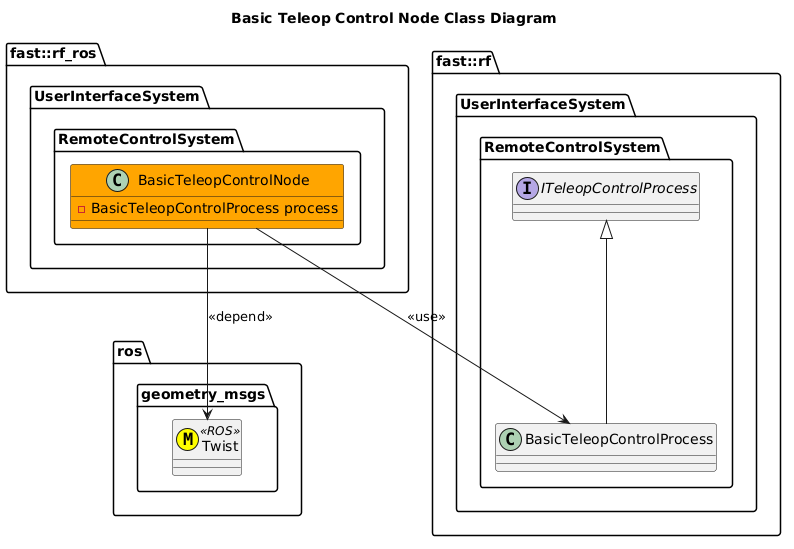
The PlantUML diagram Systems/UserInterface/Subsystems/RemoteControl/Nodes/TeleopControl/BasicTeleopControlNode/doc/puml/BasicTeleopControlNodeClassDiagram.png in fastrobotics/robot_framework_ros, before a commit.
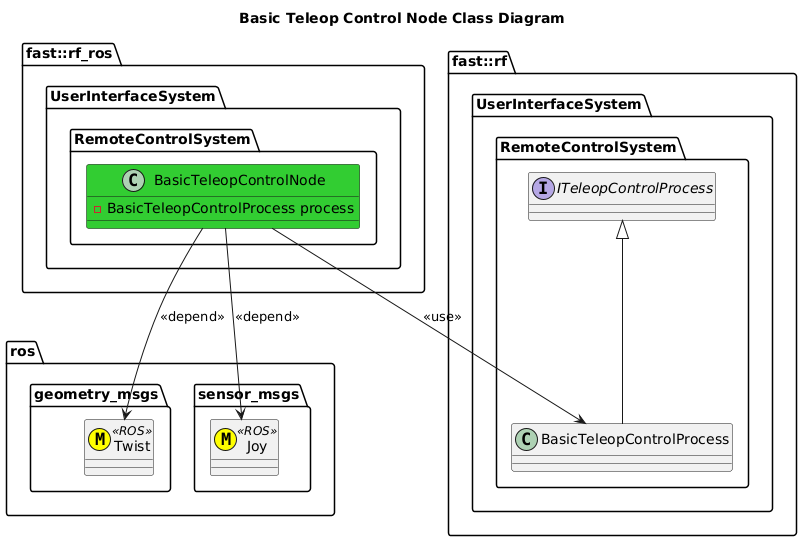
The same file after the commit.

Change to the diagram source:
```diff
@@ -3,7 +3,10 @@
 
 namespace ros {
   namespace geometry_msgs {
-      class Twist <<(M,#FFFF00)>> <<ROS>>
+    class Twist <<(M,#FFFF00)>> <<ROS>>
+  }
+  namespace sensor_msgs {
+    class Joy <<(M,#FFFF00)>> <<ROS>>
   }
 }
 namespace fast::rf {
@@ -18,11 +21,12 @@
 namespace fast::rf_ros {
    namespace UserInterfaceSystem {
         namespace RemoteControlSystem {
-            class BasicTeleopControlNode #Orange {
+            class BasicTeleopControlNode #LimeGreen {
                 -BasicTeleopControlProcess process
             }
             BasicTeleopControlNode --> BasicTeleopControlProcess: <<use>>
             BasicTeleopControlNode --> Twist: <<depend>>
+            BasicTeleopControlNode --> Joy: <<depend>>
         }
     }
 }
```
